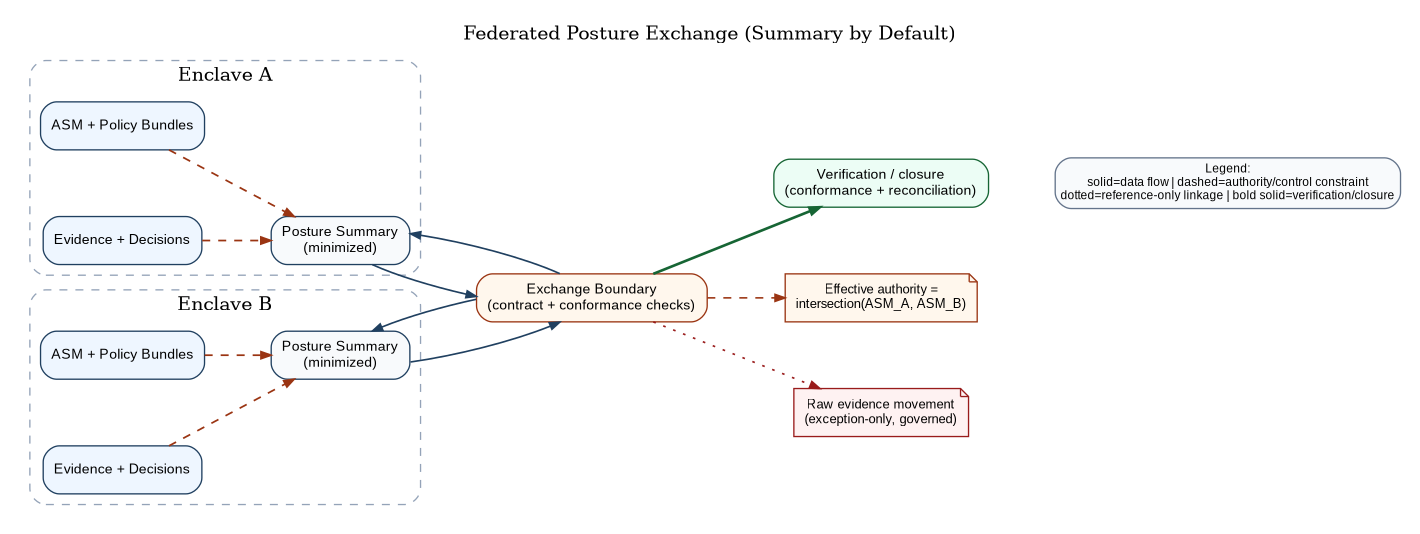
Above: papers/caf-ra/diagrams/caf_federation_exchange.png in anboas/Whitepaper (Graphviz), before the change. Its source is kept beside it as papers/caf-ra/diagrams-src/caf_federation_exchange.dot.
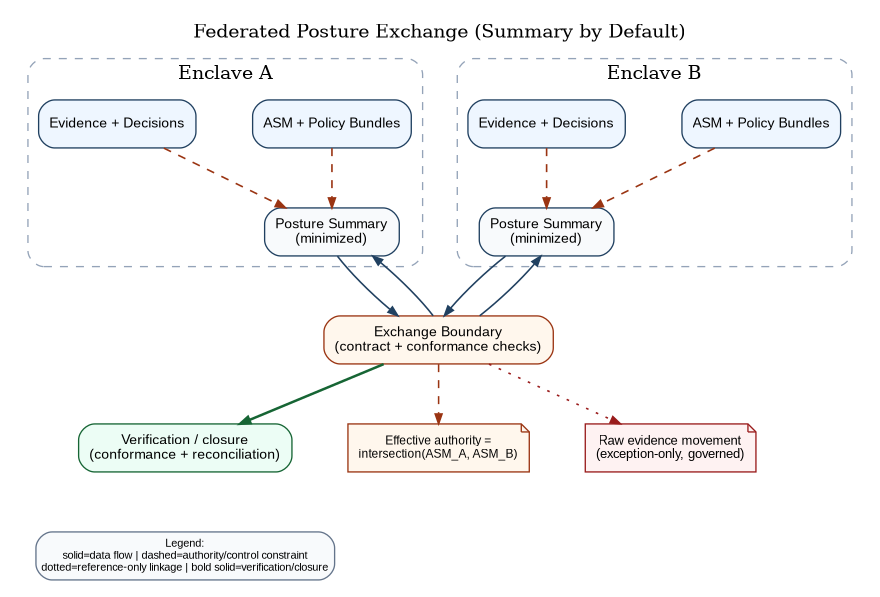
The same diagram one commit later.

Change to the diagram source:
```diff
@@ -1,16 +1,16 @@
 digraph CAFFederation {
-  rankdir=LR;
+  rankdir=TB;
   graph [
     bgcolor="white",
-    pad="0.20",
-    nodesep="0.70",
-    ranksep="0.70",
+    pad="0.18",
+    nodesep="0.58",
+    ranksep="0.62",
     labelloc="t",
     label="Federated Posture Exchange (Summary by Default)"
   ];
 
-  node [shape=box, style="rounded,filled", fillcolor="#F8FAFC", color="#204060", fontname="Arial", fontsize=10.8];
-  edge [color="#204060", arrowsize=0.75, penwidth=1.25];
+  node [shape=box, style="rounded,filled", fillcolor="#F8FAFC", color="#204060", fontname="Arial", fontsize=10.2];
+  edge [color="#204060", arrowsize=0.74, penwidth=1.20];
 
   subgraph cluster_a {
     label="Enclave A";
@@ -37,18 +37,18 @@
   BSummary -> Broker;
   Broker -> ASummary;
 
-  APolicy -> ASummary [style=dashed, color="#9A3412", penwidth=1.3];
-  AEvidence -> ASummary [style=dashed, color="#9A3412", penwidth=1.3];
-  BPolicy -> BSummary [style=dashed, color="#9A3412", penwidth=1.3];
-  BEvidence -> BSummary [style=dashed, color="#9A3412", penwidth=1.3];
+  APolicy -> ASummary [style=dashed, color="#9A3412", penwidth=1.22];
+  AEvidence -> ASummary [style=dashed, color="#9A3412", penwidth=1.22];
+  BPolicy -> BSummary [style=dashed, color="#9A3412", penwidth=1.22];
+  BEvidence -> BSummary [style=dashed, color="#9A3412", penwidth=1.22];
 
   Conformance [label="Verification / closure\n(conformance + reconciliation)", fillcolor="#ECFDF5", color="#166534"];
-  Broker -> Conformance [style=bold, color="#166534", penwidth=2.0];
+  Broker -> Conformance [style=bold, color="#166534", penwidth=1.9];
 
-  Intersection [label="Effective authority =\nintersection(ASM_A, ASM_B)", shape=note, fillcolor="#FFF7ED", color="#9A3412", fontsize=9.6];
-  Broker -> Intersection [style=dashed, color="#9A3412", penwidth=1.2];
+  Intersection [label="Effective authority =\nintersection(ASM_A, ASM_B)", shape=note, fillcolor="#FFF7ED", color="#9A3412", fontsize=9.2];
+  Broker -> Intersection [style=dashed, color="#9A3412", penwidth=1.15];
 
-  RawMove [label="Raw evidence movement\n(exception-only, governed)", shape=note, fillcolor="#FEF2F2", color="#991B1B", fontname="Arial", fontsize=10];
+  RawMove [label="Raw evidence movement\n(exception-only, governed)", shape=note, fillcolor="#FEF2F2", color="#991B1B", fontname="Arial", fontsize=9.5];
   Broker -> RawMove [style=dotted, color="#991B1B"];
 
   Legend [
@@ -57,8 +57,8 @@
     fillcolor="#F8FAFC",
     color="#64748B",
     fontname="Arial",
-    fontsize=8.8,
-    margin="0.06,0.05",
+    fontsize=8.2,
+    margin="0.05,0.04",
     label="Legend:\nsolid=data flow | dashed=authority/control constraint\ndotted=reference-only linkage | bold solid=verification/closure"
   ];
 
```
